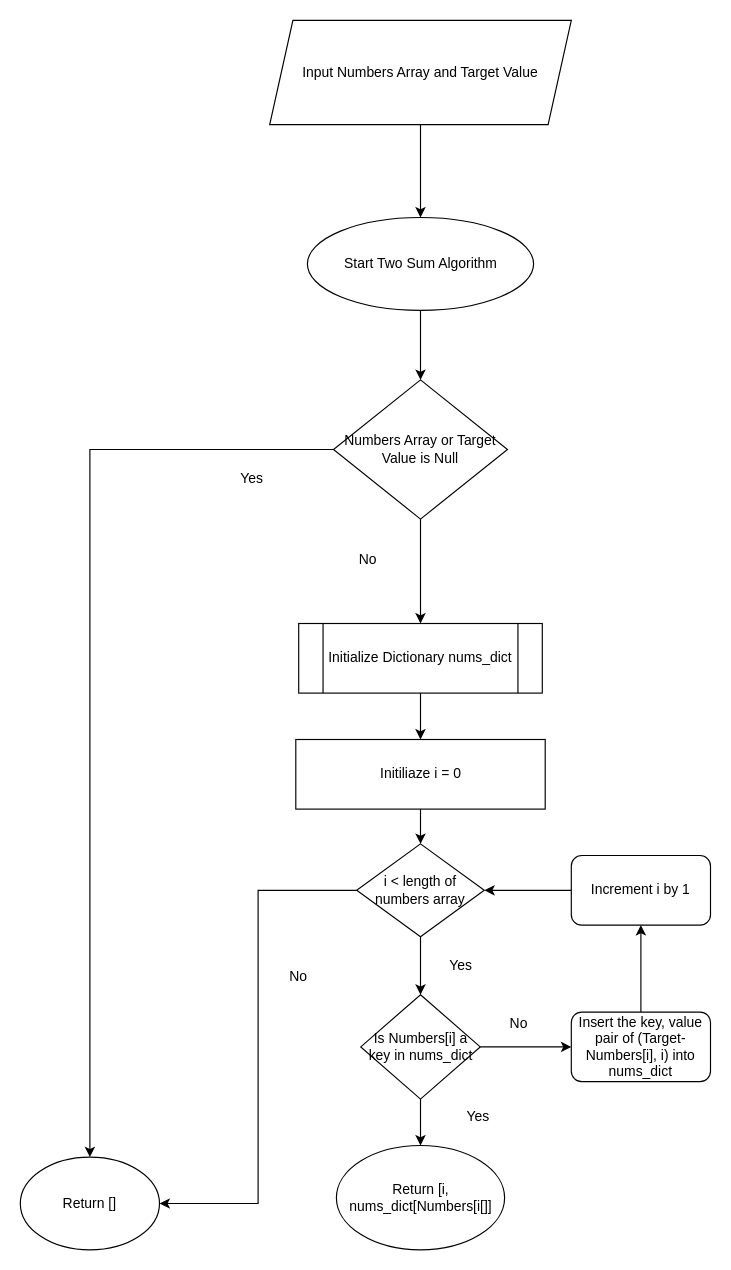
Before: TwoSum.drawio in kenglordpanda/CS797_FlowCharts, a draw.io diagram. Source tidied: cells renumbered, new cells numbered last; positions are measured from the earlier drawing's top-left corner, leaving out a move shared by most shapes. Both pictures are drawn from the tidied source at 116%, with x=0, y=0 at pixel (20, 20).
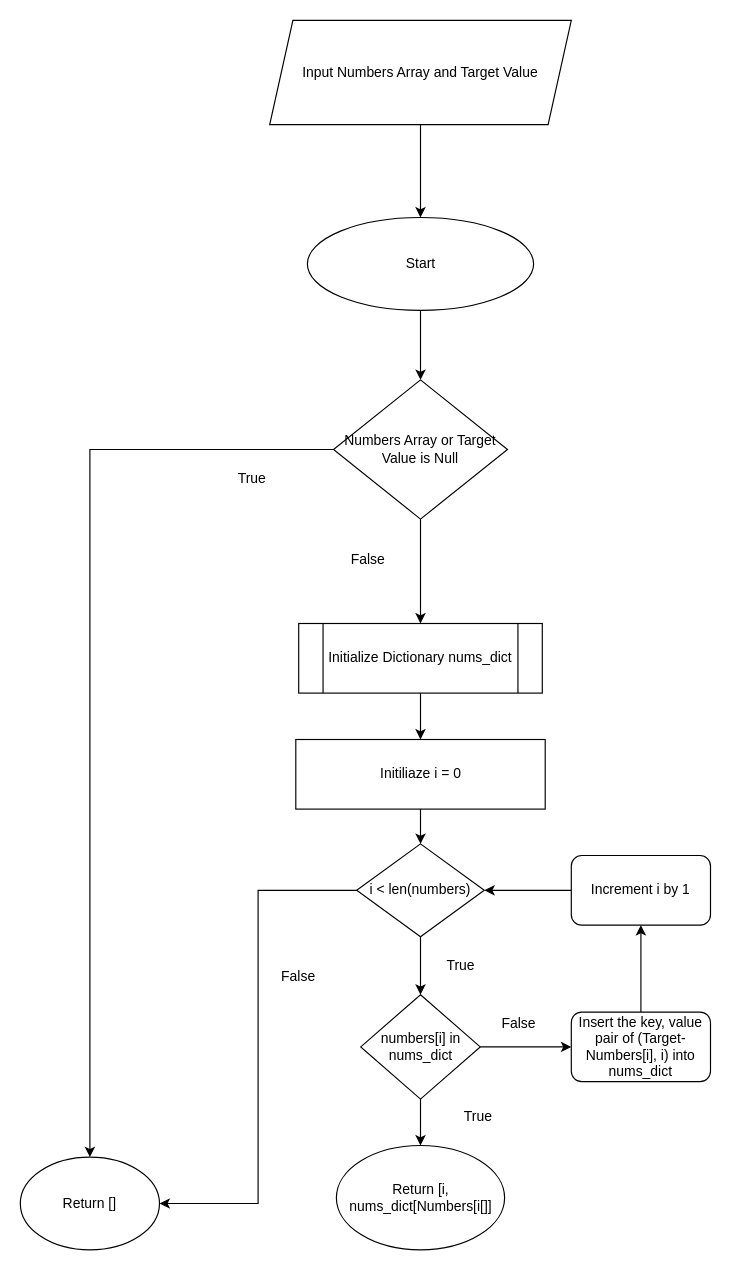
After the change.

Change to the diagram source:
```diff
@@
-    <mxCell id="5" value="Start Two Sum Algorithm" style="ellipse;whiteSpace=wrap;html=1;" parent="1" vertex="1">
+    <mxCell id="5" value="Start" style="ellipse;whiteSpace=wrap;html=1;" parent="1" vertex="1">
       <mxGeometry x="247.5" y="170" width="195" height="80" as="geometry" />
     </mxCell>
@@
-    <mxCell id="12" value="Yes" style="text;html=1;align=center;verticalAlign=middle;whiteSpace=wrap;rounded=0;" parent="1" vertex="1">
+    <mxCell id="12" value="True" style="text;html=1;align=center;verticalAlign=middle;whiteSpace=wrap;rounded=0;" parent="1" vertex="1">
       <mxGeometry x="170" y="380" width="60" height="30" as="geometry" />
     </mxCell>
-    <mxCell id="13" value="No" style="text;html=1;align=center;verticalAlign=middle;whiteSpace=wrap;rounded=0;" parent="1" vertex="1">
+    <mxCell id="13" value="False" style="text;html=1;align=center;verticalAlign=middle;whiteSpace=wrap;rounded=0;" parent="1" vertex="1">
       <mxGeometry x="270" y="450" width="60" height="30" as="geometry" />
     </mxCell>
@@
-    <mxCell id="18" value="i &amp;lt; length of numbers array" style="rhombus;whiteSpace=wrap;html=1;" parent="1" vertex="1">
+    <mxCell id="18" value="i &amp;lt; len(numbers)" style="rhombus;whiteSpace=wrap;html=1;" parent="1" vertex="1">
       <mxGeometry x="290" y="710" width="110" height="80" as="geometry" />
     </mxCell>
-    <mxCell id="19" value="No" style="text;html=1;align=center;verticalAlign=middle;whiteSpace=wrap;rounded=0;" parent="1" vertex="1">
+    <mxCell id="19" value="False" style="text;html=1;align=center;verticalAlign=middle;whiteSpace=wrap;rounded=0;" parent="1" vertex="1">
       <mxGeometry x="210" y="810" width="60" height="30" as="geometry" />
     </mxCell>
@@
-    <mxCell id="22" value="Is Numbers[i] a key in nums_dict" style="rhombus;whiteSpace=wrap;html=1;" parent="1" vertex="1">
+    <mxCell id="22" value="numbers[i] in nums_dict" style="rhombus;whiteSpace=wrap;html=1;" parent="1" vertex="1">
       <mxGeometry x="293.5" y="840" width="103" height="90" as="geometry" />
     </mxCell>
@@
-    <mxCell id="24" value="Yes" style="text;html=1;align=center;verticalAlign=middle;whiteSpace=wrap;rounded=0;" parent="1" vertex="1">
+    <mxCell id="24" value="True" style="text;html=1;align=center;verticalAlign=middle;whiteSpace=wrap;rounded=0;" parent="1" vertex="1">
       <mxGeometry x="350" y="800" width="60" height="30" as="geometry" />
     </mxCell>
@@
-    <mxCell id="29" value="Yes" style="text;html=1;align=center;verticalAlign=middle;whiteSpace=wrap;rounded=0;" parent="1" vertex="1">
+    <mxCell id="29" value="True" style="text;html=1;align=center;verticalAlign=middle;whiteSpace=wrap;rounded=0;" parent="1" vertex="1">
       <mxGeometry x="365" y="930" width="60" height="30" as="geometry" />
     </mxCell>
-    <mxCell id="30" value="No" style="text;html=1;align=center;verticalAlign=middle;whiteSpace=wrap;rounded=0;" parent="1" vertex="1">
+    <mxCell id="30" value="False" style="text;html=1;align=center;verticalAlign=middle;whiteSpace=wrap;rounded=0;" parent="1" vertex="1">
       <mxGeometry x="400" y="850" width="60" height="30" as="geometry" />
     </mxCell>
```
